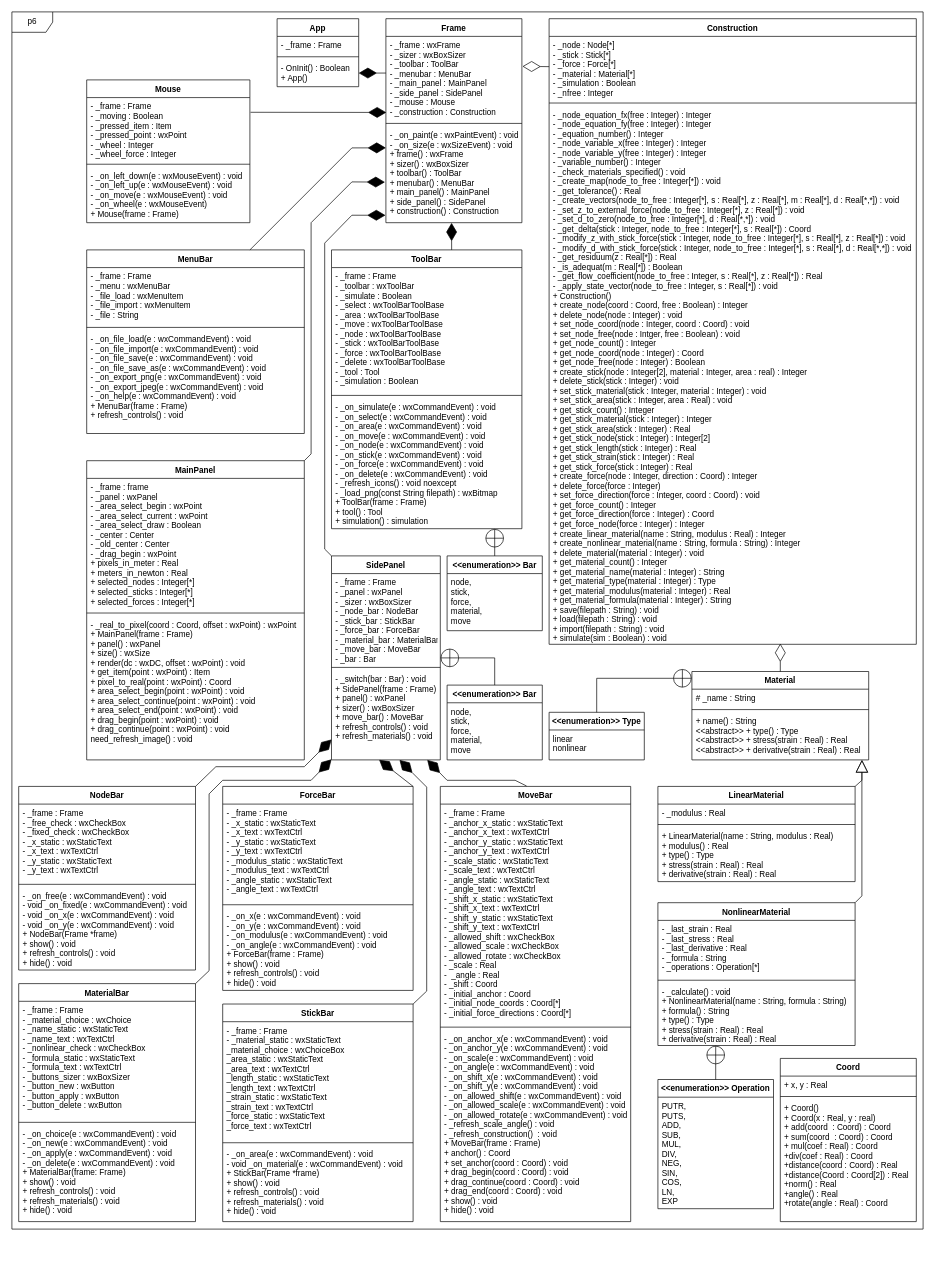
Before: class_diagram.drawio in kyrylo-sovailo/P6, a draw.io diagram. Source tidied: cells renumbered, new cells numbered last; positions are measured from the earlier drawing's top-left corner, leaving out a move shared by most shapes. Both pictures are drawn from the tidied source at 68%, with x=0, y=0 at pixel (12, 12).
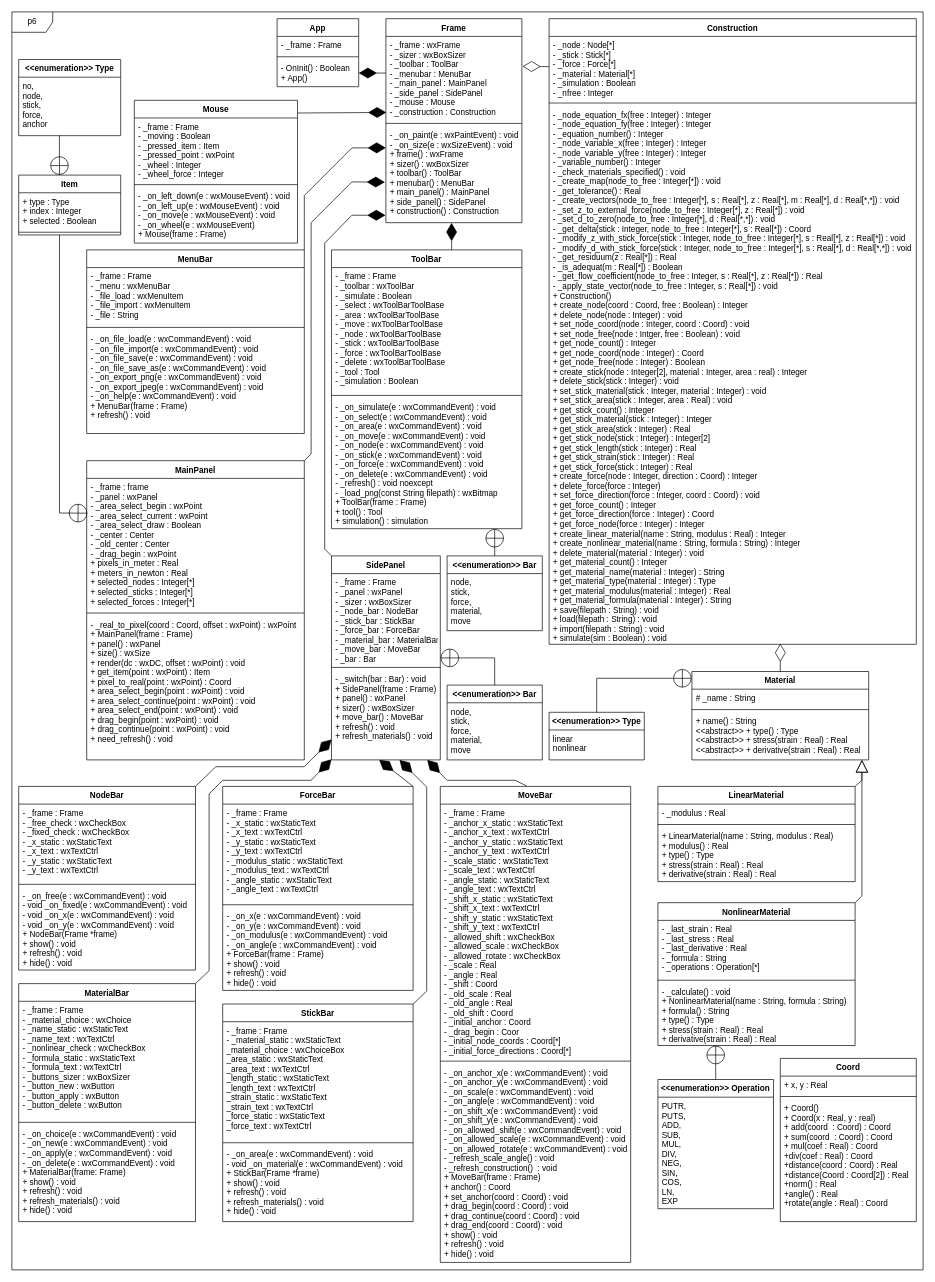
The same diagram, later.

The change refers to these unchanged cells:
```xml
<mxCell id="15" value="ForceBar" style="swimlane;fontStyle=1;align=center;verticalAlign=top;horizontal=1;startSize=26;" parent="1" vertex="1">
  <mxGeometry x="310" y="1139" width="280" height="300" as="geometry" />
</mxCell>
<mxCell id="20" value="- _frame : wxFrame&#10;- _sizer : wxBoxSizer&#10;- _toolbar : ToolBar&#10;- _menubar : MenuBar&#10;- _main_panel : MainPanel&#10;- _side_panel : SidePanel&#10;- _mouse : Mouse&#10;- _construction : Construction" style="text;strokeColor=none;fillColor=none;align=left;verticalAlign=top;spacingLeft=4;spacingRight=4;overflow=hidden;points=[[0,0.5],[1,0.5]];portConstraint=eastwest;" parent="19" vertex="1">
  <mxGeometry y="26" width="200" height="124" as="geometry" />
</mxCell>
<mxCell id="22" value="- _on_paint(e : wxPaintEvent) : void&#10;- _on_size(e : wxSizeEvent) : void&#10;+ frame() : wxFrame&#10;+ sizer() : wxBoxSizer&#10;+ toolbar() : ToolBar&#10;+ menubar() : MenuBar&#10;+ main_panel() : MainPanel&#10;+ side_panel() : SidePanel&#10;+ construction() : Construction" style="text;strokeColor=none;fillColor=none;align=left;verticalAlign=top;spacingLeft=4;spacingRight=4;overflow=hidden;points=[[0,0.5],[1,0.5]];portConstraint=eastwest;" parent="19" vertex="1">
  <mxGeometry y="158" width="200" height="142" as="geometry" />
</mxCell>
<mxCell id="27" value="MainPanel" style="swimlane;fontStyle=1;align=center;verticalAlign=top;horizontal=1;startSize=26;" parent="1" vertex="1">
  <mxGeometry x="110" y="660" width="320" height="440" as="geometry" />
</mxCell>
<mxCell id="28" value="- _frame : frame&#10;- _panel : wxPanel&#10;- _area_select_begin : wxPoint&#10;- _area_select_current : wxPoint&#10;- _area_select_draw : Boolean&#10;- _center : Center&#10;- _old_center : Center&#10;- _drag_begin : wxPoint&#10;+ pixels_in_meter : Real&#10;+ meters_in_newton : Real&#10;+ selected_nodes : Integer[*]&#10;+ selected_sticks : Integer[*]&#10;+ selected_forces : Integer[*]" style="text;strokeColor=none;fillColor=none;align=left;verticalAlign=top;spacingLeft=4;spacingRight=4;overflow=hidden;points=[[0,0.5],[1,0.5]];portConstraint=eastwest;" parent="27" vertex="1">
  <mxGeometry y="26" width="320" height="194" as="geometry" />
</mxCell>
<mxCell id="35" value="MaterialBar" style="swimlane;fontStyle=1;align=center;verticalAlign=top;horizontal=1;startSize=26;" parent="1" vertex="1">
  <mxGeometry x="10" y="1429" width="260" height="350" as="geometry" />
</mxCell>
<mxCell id="39" value="MenuBar" style="swimlane;fontStyle=1;align=center;verticalAlign=top;horizontal=1;startSize=26;" parent="1" vertex="1">
  <mxGeometry x="110" y="350" width="320" height="270" as="geometry" />
</mxCell>
<mxCell id="44" value="- _frame : Frame&#10;- _moving : Boolean&#10;- _pressed_item : Item&#10;- _pressed_point : wxPoint&#10;- _wheel : Integer&#10;- _wheel_force : Integer" style="text;strokeColor=none;fillColor=none;align=left;verticalAlign=top;spacingLeft=4;spacingRight=4;overflow=hidden;points=[[0,0.5],[1,0.5]];portConstraint=eastwest;" parent="43" vertex="1">
  <mxGeometry y="26" width="240" height="94" as="geometry" />
</mxCell>
<mxCell id="51" value="NodeBar" style="swimlane;fontStyle=1;align=center;verticalAlign=top;horizontal=1;startSize=26;" parent="1" vertex="1">
  <mxGeometry x="10" y="1139" width="260" height="270" as="geometry" />
</mxCell>
<mxCell id="59" value="SidePanel" style="swimlane;fontStyle=1;align=center;verticalAlign=top;horizontal=1;startSize=26;" parent="1" vertex="1">
  <mxGeometry x="470" y="800" width="160" height="300" as="geometry" />
</mxCell>
<mxCell id="63" value="StickBar" style="swimlane;fontStyle=1;align=center;verticalAlign=top;horizontal=1;startSize=26;" parent="1" vertex="1">
  <mxGeometry x="310" y="1459" width="280" height="320" as="geometry" />
</mxCell>
<mxCell id="67" value="ToolBar" style="swimlane;fontStyle=1;align=center;verticalAlign=top;horizontal=1;startSize=26;" parent="1" vertex="1">
  <mxGeometry x="470" y="350" width="280" height="410" as="geometry" />
</mxCell>
```

The edit, as a diff of the source:
```diff
@@
     <mxCell id="2" value="p6" style="shape=umlFrame;whiteSpace=wrap;html=1;" parent="1" vertex="1">
-      <mxGeometry width="1340" height="1790" as="geometry" />
+      <mxGeometry width="1340" height="1850" as="geometry" />
     </mxCell>
@@
-    <mxCell id="18" value="- _on_x(e : wxCommandEvent) : void&#10;- _on_y(e : wxCommandEvent) : void&#10;- _on_modulus(e : wxCommandEvent) : void&#10;- _on_angle(e : wxCommandEvent) : void&#10;+ ForceBar(frame : Frame)&#10;+ show() : void&#10;+ refresh_controls() : void&#10;+ hide() : void" style="text;strokeColor=none;fillColor=none;align=left;verticalAlign=top;spacingLeft=4;spacingRight=4;overflow=hidden;" parent="15" vertex="1">
+    <mxCell id="18" value="- _on_x(e : wxCommandEvent) : void&#10;- _on_y(e : wxCommandEvent) : void&#10;- _on_modulus(e : wxCommandEvent) : void&#10;- _on_angle(e : wxCommandEvent) : void&#10;+ ForceBar(frame : Frame)&#10;+ show() : void&#10;+ refresh() : void&#10;+ hide() : void" style="text;strokeColor=none;fillColor=none;align=left;verticalAlign=top;spacingLeft=4;spacingRight=4;overflow=hidden;" parent="15" vertex="1">
       <mxGeometry y="178" width="280" height="122" as="geometry" />
     </mxCell>
@@
-    <mxCell id="30" value="- _real_to_pixel(coord : Coord, offset : wxPoint) : wxPoint&#10;+ MainPanel(frame : Frame)&#10;+ panel() : wxPanel&#10;+ size() : wxSize&#10;+ render(dc : wxDC, offset : wxPoint) : void&#10;+ get_item(point : wxPoint) : Item&#10;+ pixel_to_real(point : wxPoint) : Coord&#10;+ area_select_begin(point : wxPoint) : void&#10;+ area_select_continue(point : wxPoint) : void&#10;+ area_select_end(point : wxPoint) : void&#10;+ drag_begin(point : wxPoint) : void&#10;+ drag_continue(point : wxPoint) : void&#10;need_refresh_image() : void&#10;" style="text;strokeColor=none;fillColor=none;align=left;verticalAlign=top;spacingLeft=4;spacingRight=4;overflow=hidden;" parent="27" vertex="1">
+    <mxCell id="30" value="- _real_to_pixel(coord : Coord, offset : wxPoint) : wxPoint&#10;+ MainPanel(frame : Frame)&#10;+ panel() : wxPanel&#10;+ size() : wxSize&#10;+ render(dc : wxDC, offset : wxPoint) : void&#10;+ get_item(point : wxPoint) : Item&#10;+ pixel_to_real(point : wxPoint) : Coord&#10;+ area_select_begin(point : wxPoint) : void&#10;+ area_select_continue(point : wxPoint) : void&#10;+ area_select_end(point : wxPoint) : void&#10;+ drag_begin(point : wxPoint) : void&#10;+ drag_continue(point : wxPoint) : void&#10;+ need_refresh() : void&#10;" style="text;strokeColor=none;fillColor=none;align=left;verticalAlign=top;spacingLeft=4;spacingRight=4;overflow=hidden;" parent="27" vertex="1">
       <mxGeometry y="228" width="320" height="212" as="geometry" />
     </mxCell>
@@
-    <mxCell id="38" value="- _on_choice(e : wxCommandEvent) : void&#10;- _on_new(e : wxCommandEvent) : void&#10;- _on_apply(e : wxCommandEvent) : void&#10;- _on_delete(e : wxCommandEvent) : void&#10;+ MaterialBar(frame: Frame)&#10;+ show() : void&#10;+ refresh_controls() : void&#10;+ refresh_materials() : void&#10;+ hide() : void" style="text;strokeColor=none;fillColor=none;align=left;verticalAlign=top;spacingLeft=4;spacingRight=4;overflow=hidden;" parent="35" vertex="1">
+    <mxCell id="38" value="- _on_choice(e : wxCommandEvent) : void&#10;- _on_new(e : wxCommandEvent) : void&#10;- _on_apply(e : wxCommandEvent) : void&#10;- _on_delete(e : wxCommandEvent) : void&#10;+ MaterialBar(frame: Frame)&#10;+ show() : void&#10;+ refresh() : void&#10;+ refresh_materials() : void&#10;+ hide() : void" style="text;strokeColor=none;fillColor=none;align=left;verticalAlign=top;spacingLeft=4;spacingRight=4;overflow=hidden;" parent="35" vertex="1">
       <mxGeometry y="208" width="260" height="142" as="geometry" />
     </mxCell>
@@
-    <mxCell id="42" value="- _on_file_load(e : wxCommandEvent) : void&#10;- _on_file_import(e : wxCommandEvent) : void&#10;- _on_file_save(e : wxCommandEvent) : void&#10;- _on_file_save_as(e : wxCommandEvent) : void&#10;- _on_export_png(e : wxCommandEvent) : void&#10;- _on_export_jpeg(e : wxCommandEvent) : void&#10;- _on_help(e : wxCommandEvent) : void&#10;+ MenuBar(frame : Frame)&#10;+ refresh_controls() : void" style="text;strokeColor=none;fillColor=none;align=left;verticalAlign=top;spacingLeft=4;spacingRight=4;overflow=hidden;" parent="39" vertex="1">
+    <mxCell id="42" value="- _on_file_load(e : wxCommandEvent) : void&#10;- _on_file_import(e : wxCommandEvent) : void&#10;- _on_file_save(e : wxCommandEvent) : void&#10;- _on_file_save_as(e : wxCommandEvent) : void&#10;- _on_export_png(e : wxCommandEvent) : void&#10;- _on_export_jpeg(e : wxCommandEvent) : void&#10;- _on_help(e : wxCommandEvent) : void&#10;+ MenuBar(frame : Frame)&#10;+ refresh() : void" style="text;strokeColor=none;fillColor=none;align=left;verticalAlign=top;spacingLeft=4;spacingRight=4;overflow=hidden;" parent="39" vertex="1">
       <mxGeometry y="118" width="320" height="152" as="geometry" />
     </mxCell>
     <mxCell id="43" value="Mouse" style="swimlane;fontStyle=1;align=center;verticalAlign=top;horizontal=1;startSize=26;" parent="1" vertex="1">
-      <mxGeometry x="110" y="100" width="240" height="210" as="geometry" />
+      <mxGeometry x="180" y="130" width="240" height="210" as="geometry" />
     </mxCell>
@@
     <mxCell id="47" value="MoveBar" style="swimlane;fontStyle=1;align=center;verticalAlign=top;horizontal=1;startSize=26;" parent="1" vertex="1">
-      <mxGeometry x="630" y="1139" width="280" height="640" as="geometry" />
+      <mxGeometry x="630" y="1139" width="280" height="700" as="geometry" />
     </mxCell>
-    <mxCell id="48" value="- _frame : Frame&#10;- _anchor_x_static : wxStaticText&#10;- _anchor_x_text : wxTextCtrl&#10;- _anchor_y_static : wxStaticText&#10;- _anchor_y_text : wxTextCtrl&#10;- _scale_static : wxStaticText&#10;- _scale_text : wxTextCtrl&#10;- _angle_static : wxStaticText&#10;- _angle_text : wxTextCtrl&#10;- _shift_x_static : wxStaticText&#10;- _shift_x_text : wxTextCtrl&#10;- _shift_y_static : wxStaticText&#10;- _shift_y_text : wxTextCtrl&#10;- _allowed_shift : wxCheckBox&#10;- _allowed_scale : wxCheckBox&#10;- _allowed_rotate : wxCheckBox&#10;- _scale : Real&#10;-  _angle : Real&#10;- _shift : Coord&#10;- _initial_anchor : Coord&#10;- _initial_node_coords : Coord[*]&#10;- _initial_force_directions : Coord[*]" style="text;strokeColor=none;fillColor=none;align=left;verticalAlign=top;spacingLeft=4;spacingRight=4;overflow=hidden;" parent="47" vertex="1">
-      <mxGeometry y="26" width="280" height="324" as="geometry" />
+    <mxCell id="48" value="- _frame : Frame&#10;- _anchor_x_static : wxStaticText&#10;- _anchor_x_text : wxTextCtrl&#10;- _anchor_y_static : wxStaticText&#10;- _anchor_y_text : wxTextCtrl&#10;- _scale_static : wxStaticText&#10;- _scale_text : wxTextCtrl&#10;- _angle_static : wxStaticText&#10;- _angle_text : wxTextCtrl&#10;- _shift_x_static : wxStaticText&#10;- _shift_x_text : wxTextCtrl&#10;- _shift_y_static : wxStaticText&#10;- _shift_y_text : wxTextCtrl&#10;- _allowed_shift : wxCheckBox&#10;- _allowed_scale : wxCheckBox&#10;- _allowed_rotate : wxCheckBox&#10;- _scale : Real&#10;- _angle : Real&#10;- _shift : Coord&#10;- _old_scale : Real&#10;- _old_angle : Real&#10;- _old_shift : Coord&#10;- _initial_anchor : Coord&#10;- _drag_begin : Coor&#10;- _initial_node_coords : Coord[*]&#10;- _initial_force_directions : Coord[*]" style="text;strokeColor=none;fillColor=none;align=left;verticalAlign=top;spacingLeft=4;spacingRight=4;overflow=hidden;" parent="47" vertex="1">
+      <mxGeometry y="26" width="280" height="374" as="geometry" />
     </mxCell>
     <mxCell id="49" style="line;strokeWidth=1;fillColor=none;align=left;verticalAlign=middle;spacingTop=-1;spacingLeft=3;spacingRight=3;labelPosition=right;" parent="47" vertex="1">
-      <mxGeometry y="350" width="280" height="8" as="geometry" />
+      <mxGeometry y="400" width="280" height="8" as="geometry" />
     </mxCell>
-    <mxCell id="50" value="- _on_anchor_x(e : wxCommandEvent) : void&#10;- _on_anchor_y(e : wxCommandEvent) : void&#10;- _on_scale(e : wxCommandEvent) : void&#10;- _on_angle(e : wxCommandEvent) : void&#10;- _on_shift_x(e : wxCommandEvent) : void&#10;- _on_shift_y(e : wxCommandEvent) : void&#10;- _on_allowed_shift(e : wxCommandEvent) : void&#10;- _on_allowed_scale(e : wxCommandEvent) : void&#10;- _on_allowed_rotate(e : wxCommandEvent) : void&#10;- _refresh_scale_angle() : void&#10;- _refresh_construction()  : void&#10;+ MoveBar(frame : Frame)&#10;+ anchor() : Coord&#10;+ set_anchor(coord : Coord) : void&#10;+ drag_begin(coord : Coord) : void&#10;+ drag_continue(coord : Coord) : void&#10;+ drag_end(coord : Coord) : void&#10;+ show() : void&#10;+ hide() : void" style="text;strokeColor=none;fillColor=none;align=left;verticalAlign=top;spacingLeft=4;spacingRight=4;overflow=hidden;" parent="47" vertex="1">
-      <mxGeometry y="358" width="280" height="282" as="geometry" />
+    <mxCell id="50" value="- _on_anchor_x(e : wxCommandEvent) : void&#10;- _on_anchor_y(e : wxCommandEvent) : void&#10;- _on_scale(e : wxCommandEvent) : void&#10;- _on_angle(e : wxCommandEvent) : void&#10;- _on_shift_x(e : wxCommandEvent) : void&#10;- _on_shift_y(e : wxCommandEvent) : void&#10;- _on_allowed_shift(e : wxCommandEvent) : void&#10;- _on_allowed_scale(e : wxCommandEvent) : void&#10;- _on_allowed_rotate(e : wxCommandEvent) : void&#10;- _refresh_scale_angle() : void&#10;- _refresh_construction()  : void&#10;+ MoveBar(frame : Frame)&#10;+ anchor() : Coord&#10;+ set_anchor(coord : Coord) : void&#10;+ drag_begin(coord : Coord) : void&#10;+ drag_continue(coord : Coord) : void&#10;+ drag_end(coord : Coord) : void&#10;+ show() : void&#10;+ refresh() : void&#10;+ hide() : void" style="text;strokeColor=none;fillColor=none;align=left;verticalAlign=top;spacingLeft=4;spacingRight=4;overflow=hidden;" parent="47" vertex="1">
+      <mxGeometry y="408" width="280" height="292" as="geometry" />
     </mxCell>
@@
-    <mxCell id="54" value="- _on_free(e : wxCommandEvent) : void&#10;- void _on_fixed(e : wxCommandEvent) : void&#10;- void _on_x(e : wxCommandEvent) : void&#10;- void _on_y(e : wxCommandEvent) : void&#10;+ NodeBar(Frame *frame)&#10;+ show() : void&#10;+ refresh_controls() : void&#10;+ hide() : void" style="text;strokeColor=none;fillColor=none;align=left;verticalAlign=top;spacingLeft=4;spacingRight=4;overflow=hidden;" parent="51" vertex="1">
+    <mxCell id="54" value="- _on_free(e : wxCommandEvent) : void&#10;- void _on_fixed(e : wxCommandEvent) : void&#10;- void _on_x(e : wxCommandEvent) : void&#10;- void _on_y(e : wxCommandEvent) : void&#10;+ NodeBar(Frame *frame)&#10;+ show() : void&#10;+ refresh() : void&#10;+ hide() : void" style="text;strokeColor=none;fillColor=none;align=left;verticalAlign=top;spacingLeft=4;spacingRight=4;overflow=hidden;" parent="51" vertex="1">
       <mxGeometry y="148" width="260" height="122" as="geometry" />
     </mxCell>
@@
-    <mxCell id="62" value="- _switch(bar : Bar) : void&#10;+ SidePanel(frame : Frame)&#10;+ panel() : wxPanel&#10;+ sizer() : wxBoxSizer&#10;+ move_bar() : MoveBar&#10;+ refresh_controls() : void&#10;+ refresh_materials() : void" style="text;strokeColor=none;fillColor=none;align=left;verticalAlign=top;spacingLeft=4;spacingRight=4;overflow=hidden;points=[[0,0.5],[1,0.5]];portConstraint=eastwest;" parent="59" vertex="1">
+    <mxCell id="62" value="- _switch(bar : Bar) : void&#10;+ SidePanel(frame : Frame)&#10;+ panel() : wxPanel&#10;+ sizer() : wxBoxSizer&#10;+ move_bar() : MoveBar&#10;+ refresh() : void&#10;+ refresh_materials() : void" style="text;strokeColor=none;fillColor=none;align=left;verticalAlign=top;spacingLeft=4;spacingRight=4;overflow=hidden;points=[[0,0.5],[1,0.5]];portConstraint=eastwest;" parent="59" vertex="1">
       <mxGeometry y="168" width="160" height="132" as="geometry" />
     </mxCell>
@@
-    <mxCell id="66" value="- _on_area(e : wxCommandEvent) : void&#10;- void _on_material(e : wxCommandEvent) : void&#10;+ StickBar(Frame *frame)&#10;+ show() : void&#10;+ refresh_controls() : void&#10;+ refresh_materials() : void&#10;+ hide() : void" style="text;strokeColor=none;fillColor=none;align=left;verticalAlign=top;spacingLeft=4;spacingRight=4;overflow=hidden;" parent="63" vertex="1">
+    <mxCell id="66" value="- _on_area(e : wxCommandEvent) : void&#10;- void _on_material(e : wxCommandEvent) : void&#10;+ StickBar(Frame *frame)&#10;+ show() : void&#10;+ refresh() : void&#10;+ refresh_materials() : void&#10;+ hide() : void" style="text;strokeColor=none;fillColor=none;align=left;verticalAlign=top;spacingLeft=4;spacingRight=4;overflow=hidden;" parent="63" vertex="1">
       <mxGeometry y="208" width="280" height="112" as="geometry" />
     </mxCell>
@@
-    <mxCell id="70" value="- _on_simulate(e : wxCommandEvent) : void&#10;- _on_select(e : wxCommandEvent) : void&#10;- _on_area(e : wxCommandEvent) : void&#10;- _on_move(e : wxCommandEvent) : void&#10;- _on_node(e : wxCommandEvent) : void&#10;- _on_stick(e : wxCommandEvent) : void&#10;- _on_force(e : wxCommandEvent) : void&#10;- _on_delete(e : wxCommandEvent) : void&#10;- _refresh_icons() : void noexcept&#10;- _load_png(const String filepath) : wxBitmap&#10;+ ToolBar(frame : Frame)&#10;+ tool() : Tool&#10;+ simulation() : simulation" style="text;strokeColor=none;fillColor=none;align=left;verticalAlign=top;spacingLeft=4;spacingRight=4;overflow=hidden;points=[[0,0.5],[1,0.5]];portConstraint=eastwest;" parent="67" vertex="1">
+    <mxCell id="70" value="- _on_simulate(e : wxCommandEvent) : void&#10;- _on_select(e : wxCommandEvent) : void&#10;- _on_area(e : wxCommandEvent) : void&#10;- _on_move(e : wxCommandEvent) : void&#10;- _on_node(e : wxCommandEvent) : void&#10;- _on_stick(e : wxCommandEvent) : void&#10;- _on_force(e : wxCommandEvent) : void&#10;- _on_delete(e : wxCommandEvent) : void&#10;- _refresh() : void noexcept&#10;- _load_png(const String filepath) : wxBitmap&#10;+ ToolBar(frame : Frame)&#10;+ tool() : Tool&#10;+ simulation() : simulation" style="text;strokeColor=none;fillColor=none;align=left;verticalAlign=top;spacingLeft=4;spacingRight=4;overflow=hidden;points=[[0,0.5],[1,0.5]];portConstraint=eastwest;" parent="67" vertex="1">
       <mxGeometry y="218" width="280" height="192" as="geometry" />
     </mxCell>
@@
-    <mxCell id="86" style="endArrow=diamondThin;endFill=1;endSize=24;html=1;exitX=1.004;exitY=0.23;exitDx=0;exitDy=0;exitPerimeter=0;entryX=0.003;entryY=0.902;entryDx=0;entryDy=0;entryPerimeter=0;" parent="1" edge="1" source="44" target="20">
+    <mxCell id="86" style="endArrow=diamondThin;endFill=1;endSize=24;html=1;exitX=1.002;exitY=0.089;exitDx=0;exitDy=0;exitPerimeter=0;entryX=0.003;entryY=0.902;entryDx=0;entryDy=0;entryPerimeter=0;" parent="1" edge="1" source="43" target="20">
       <mxGeometry relative="1" as="geometry" />
     </mxCell>
@@
-    <mxCell id="88" style="endArrow=diamondThin;endFill=1;endSize=24;html=1;exitX=0.75;exitY=0;exitDx=0;exitDy=0;entryX=0;entryY=0.225;entryDx=0;entryDy=0;entryPerimeter=0;rounded=0;" parent="1" edge="1" source="39" target="22">
+    <mxCell id="88" style="endArrow=diamondThin;endFill=1;endSize=24;html=1;exitX=1;exitY=0;exitDx=0;exitDy=0;entryX=0;entryY=0.225;entryDx=0;entryDy=0;entryPerimeter=0;rounded=0;" parent="1" edge="1" source="39" target="22">
       <mxGeometry relative="1" as="geometry">
         <Array as="points">
+          <mxPoint x="430" y="270" />
           <mxPoint x="500" y="200" />
         </Array>
       </mxGeometry>
     </mxCell>
@@
+    <mxCell id="98" value="Item" style="swimlane;fontStyle=1;align=center;verticalAlign=top;horizontal=1;startSize=26;" parent="1" vertex="1">
+      <mxGeometry x="10" y="240" width="150" height="88" as="geometry" />
+    </mxCell>
+    <mxCell id="99" value="+ type : Type&#10;+ index : Integer&#10;+ selected : Boolean" style="text;strokeColor=none;fillColor=none;align=left;verticalAlign=top;spacingLeft=4;spacingRight=4;overflow=hidden;" parent="98" vertex="1">
+      <mxGeometry y="26" width="150" height="54" as="geometry" />
+    </mxCell>
+    <mxCell id="100" style="line;strokeWidth=1;fillColor=none;align=left;verticalAlign=middle;spacingTop=-1;spacingLeft=3;spacingRight=3;labelPosition=right;" parent="98" vertex="1">
+      <mxGeometry y="80" width="150" height="8" as="geometry" />
+    </mxCell>
+    <mxCell id="101" value="&lt;&lt;enumeration&gt;&gt; Type" style="swimlane;fontStyle=1;horizontal=1;startSize=26;fillColor=none;" parent="1" vertex="1">
+      <mxGeometry x="10" y="70" width="150" height="112" as="geometry" />
+    </mxCell>
+    <mxCell id="102" value="no,&#10;node,&#10;stick,&#10;force,&#10;anchor" style="text;strokeColor=none;fillColor=none;align=left;verticalAlign=top;spacingLeft=4;spacingRight=4;overflow=hidden;points=[[0,0.5],[1,0.5]];portConstraint=eastwest;" parent="101" vertex="1">
+      <mxGeometry y="26" width="150" height="86" as="geometry" />
+    </mxCell>
+    <mxCell id="103" style="endArrow=circlePlus;endFill=0;endSize=12;html=1;exitX=0.399;exitY=0.995;exitDx=0;exitDy=0;exitPerimeter=0;" parent="1" edge="1" source="102">
+      <mxGeometry relative="1" as="geometry">
+        <mxPoint x="70" y="240" as="targetPoint" />
+      </mxGeometry>
+    </mxCell>
+    <mxCell id="104" style="endArrow=circlePlus;endFill=0;endSize=12;html=1;entryX=0.004;entryY=0.264;entryDx=0;entryDy=0;entryPerimeter=0;rounded=0;" parent="1" edge="1" target="28">
+      <mxGeometry relative="1" as="geometry">
+        <mxPoint x="70" y="328" as="sourcePoint" />
+        <Array as="points">
+          <mxPoint x="70" y="737" />
+          <mxPoint x="85" y="737" />
+        </Array>
+      </mxGeometry>
+    </mxCell>
```
